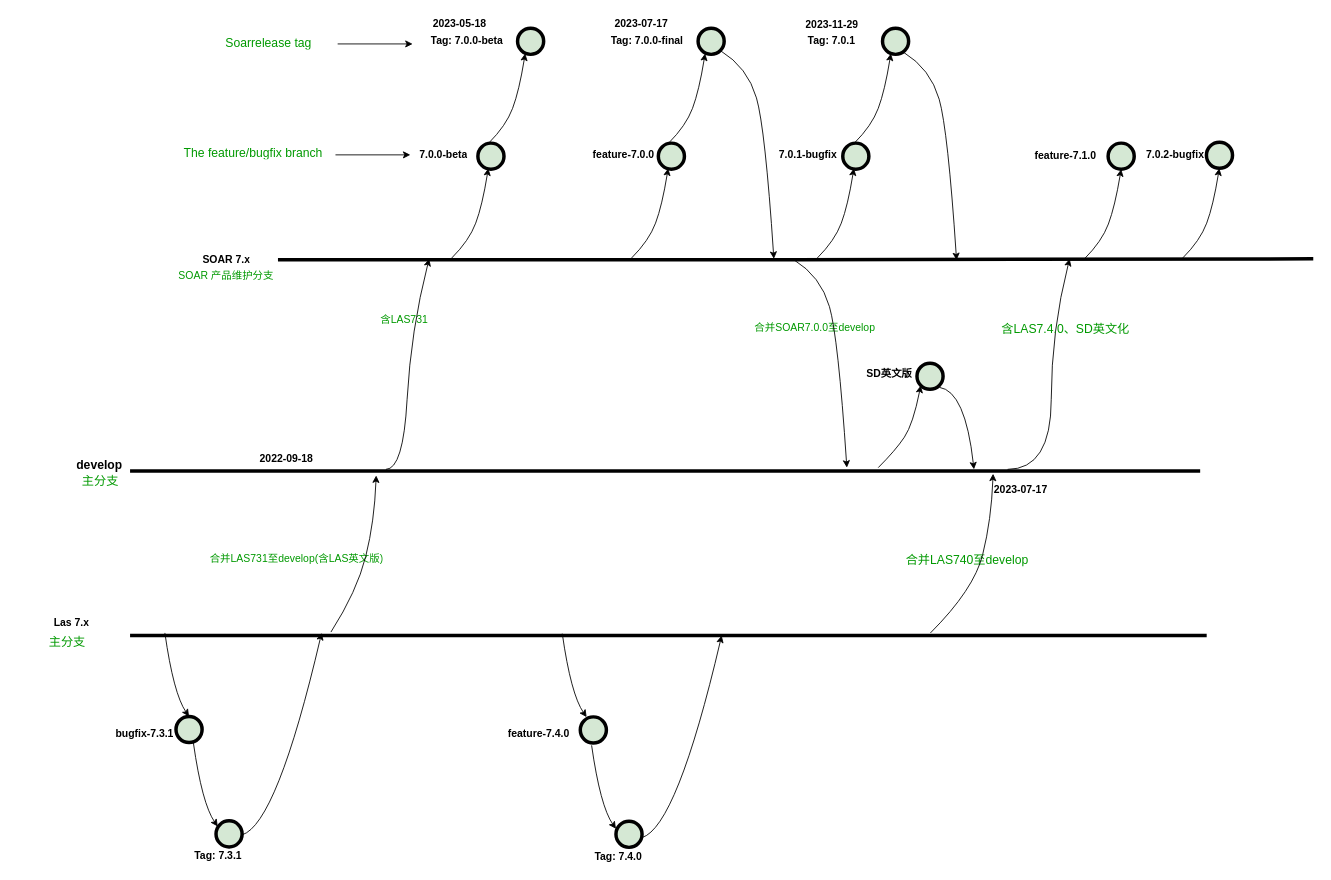
Above: page "第 2 页" (2 of 2) of bugs/未命名绘图.drawio in byte4sec/1000php (draw.io), before the change. Source tidied: cells renumbered, new cells numbered last; positions are measured from the earlier drawing's top-left corner, leaving out a move shared by most shapes. Both pictures are drawn from the tidied source at 87%, with x=0, y=0 at pixel (15, 15).
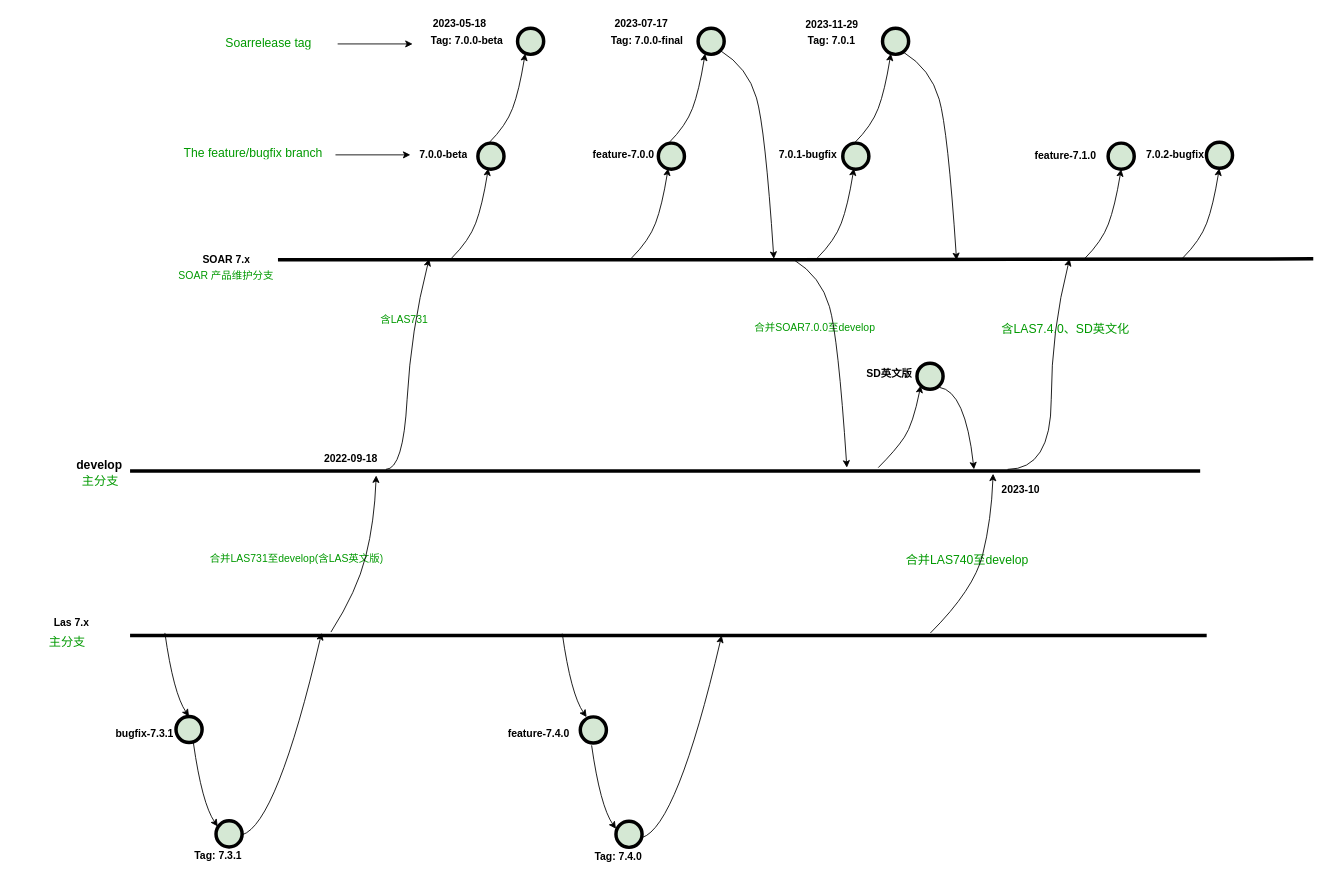
Above is the later version.

Commit message:
更新未命名绘图.drawio

What changed in the source:
```diff
@@
-    <mxCell id="14" value="2023-07-17" style="text;html=1;strokeColor=none;fillColor=none;align=center;verticalAlign=middle;whiteSpace=wrap;overflow=hidden;fontSize=12;fontFamily=Helvetica;fontStyle=1;" parent="1" vertex="1">
+    <mxCell id="14" value="2023-10" style="text;html=1;strokeColor=none;fillColor=none;align=center;verticalAlign=middle;whiteSpace=wrap;overflow=hidden;fontSize=12;fontFamily=Helvetica;fontStyle=1;" parent="1" vertex="1">
       <mxGeometry x="1115.1" y="536" width="81.5" height="20" as="geometry" />
     </mxCell>
@@
     <mxCell id="25" value="2022-09-18" style="text;html=1;strokeColor=none;fillColor=none;align=center;verticalAlign=middle;whiteSpace=wrap;overflow=hidden;fontSize=12;fontFamily=Helvetica;fontStyle=1;" parent="1" vertex="1">
-      <mxGeometry x="268.1" y="500" width="87.8" height="20" as="geometry" />
+      <mxGeometry x="342" y="500" width="87.8" height="20" as="geometry" />
     </mxCell>
```
